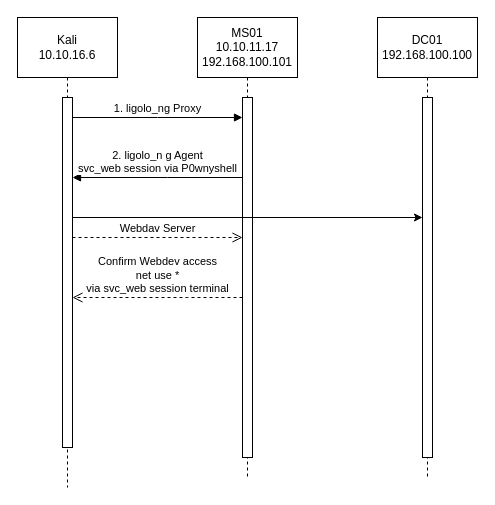
Above: Untitled Diagram.drawio in hacktivcyber/hackthebox (draw.io), before the change. Source tidied: cells renumbered, new cells numbered last; positions are measured from the earlier drawing's top-left corner, leaving out a move shared by most shapes. Both pictures are drawn from the tidied source at 100%, with x=0, y=0 at pixel (17, 17).
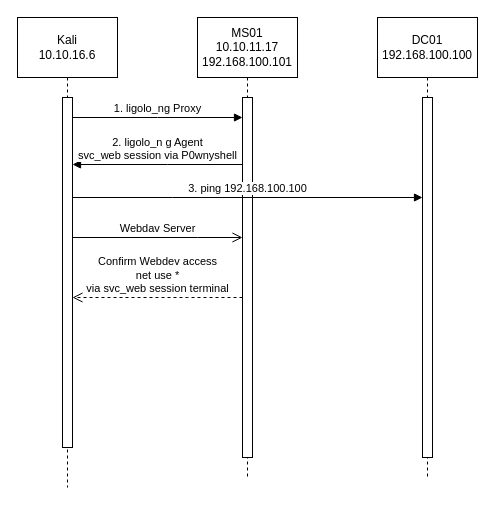
The same diagram, later.

Unchanged cells that the change refers to:
```xml
<mxCell id="3" style="html=1;points=[];perimeter=orthogonalPerimeter;outlineConnect=0;targetShapes=umlLifeline;portConstraint=eastwest;newEdgeStyle={&quot;edgeStyle&quot;:&quot;elbowEdgeStyle&quot;,&quot;elbow&quot;:&quot;vertical&quot;,&quot;curved&quot;:0,&quot;rounded&quot;:0};" parent="2" vertex="1">
  <mxGeometry x="45" y="80" width="10" height="350" as="geometry" />
</mxCell>
<mxCell id="5" style="html=1;points=[];perimeter=orthogonalPerimeter;outlineConnect=0;targetShapes=umlLifeline;portConstraint=eastwest;newEdgeStyle={&quot;edgeStyle&quot;:&quot;elbowEdgeStyle&quot;,&quot;elbow&quot;:&quot;vertical&quot;,&quot;curved&quot;:0,&quot;rounded&quot;:0};" parent="4" vertex="1">
  <mxGeometry x="45" y="80" width="10" height="360" as="geometry" />
</mxCell>
```

What changed in the source:
```diff
@@
-    <mxCell id="8" value="2. ligolo_n g Agent&lt;div&gt;svc_web session via P0wnyshell&lt;/div&gt;" style="html=1;verticalAlign=bottom;endArrow=block;edgeStyle=elbowEdgeStyle;elbow=horizontal;curved=0;rounded=0;" parent="1" edge="1" source="5" target="3">
+    <mxCell id="8" value="2. ligolo_n g Agent&lt;div&gt;svc_web session via P0wnyshell&lt;/div&gt;" style="html=1;verticalAlign=bottom;endArrow=block;edgeStyle=elbowEdgeStyle;elbow=horizontal;curved=0;rounded=0;" parent="1" edge="1">
       <mxGeometry relative="1" as="geometry">
+        <mxPoint x="225" y="147" as="sourcePoint" />
+        <mxPoint x="55" y="147" as="targetPoint" />
         <Array as="points">
-          <mxPoint x="150" y="160" />
+          <mxPoint x="150" y="147" />
         </Array>
       </mxGeometry>
     </mxCell>
-    <mxCell id="9" value="Webdav Server" style="html=1;verticalAlign=bottom;endArrow=open;dashed=1;endSize=8;edgeStyle=elbowEdgeStyle;elbow=vertical;curved=0;rounded=0;" parent="1" edge="1" source="3" target="5">
+    <mxCell id="9" value="Webdav Server" style="html=1;verticalAlign=bottom;endArrow=open;dashed=0;endSize=8;edgeStyle=elbowEdgeStyle;elbow=vertical;curved=0;rounded=0;" parent="1" edge="1" source="3" target="5">
       <mxGeometry relative="1" as="geometry">
         <Array as="points">
           <mxPoint x="180" y="220" />
           <mxPoint x="190" y="200" />
           <mxPoint x="150" y="190" />
           <mxPoint x="180" y="180" />
           <mxPoint x="140" y="210" />
         </Array>
       </mxGeometry>
     </mxCell>
@@
-    <mxCell id="12" style="endArrow=classic;html=1;rounded=0;" parent="1" edge="1">
-      <mxGeometry relative="1" as="geometry">
-        <mxPoint x="55" y="200" as="sourcePoint" />
-        <mxPoint x="405" y="200" as="targetPoint" />
-      </mxGeometry>
-    </mxCell>
+    <mxCell id="13" value="3. ping 192.168.100.100" style="html=1;verticalAlign=bottom;endArrow=block;edgeStyle=elbowEdgeStyle;elbow=vertical;curved=0;rounded=0;" parent="1" edge="1">
+      <mxGeometry relative="1" as="geometry">
+        <mxPoint x="55" y="180" as="sourcePoint" />
+        <mxPoint x="405" y="180" as="targetPoint" />
+        <Array as="points">
+          <mxPoint x="155" y="180" />
+        </Array>
+      </mxGeometry>
+    </mxCell>
```
